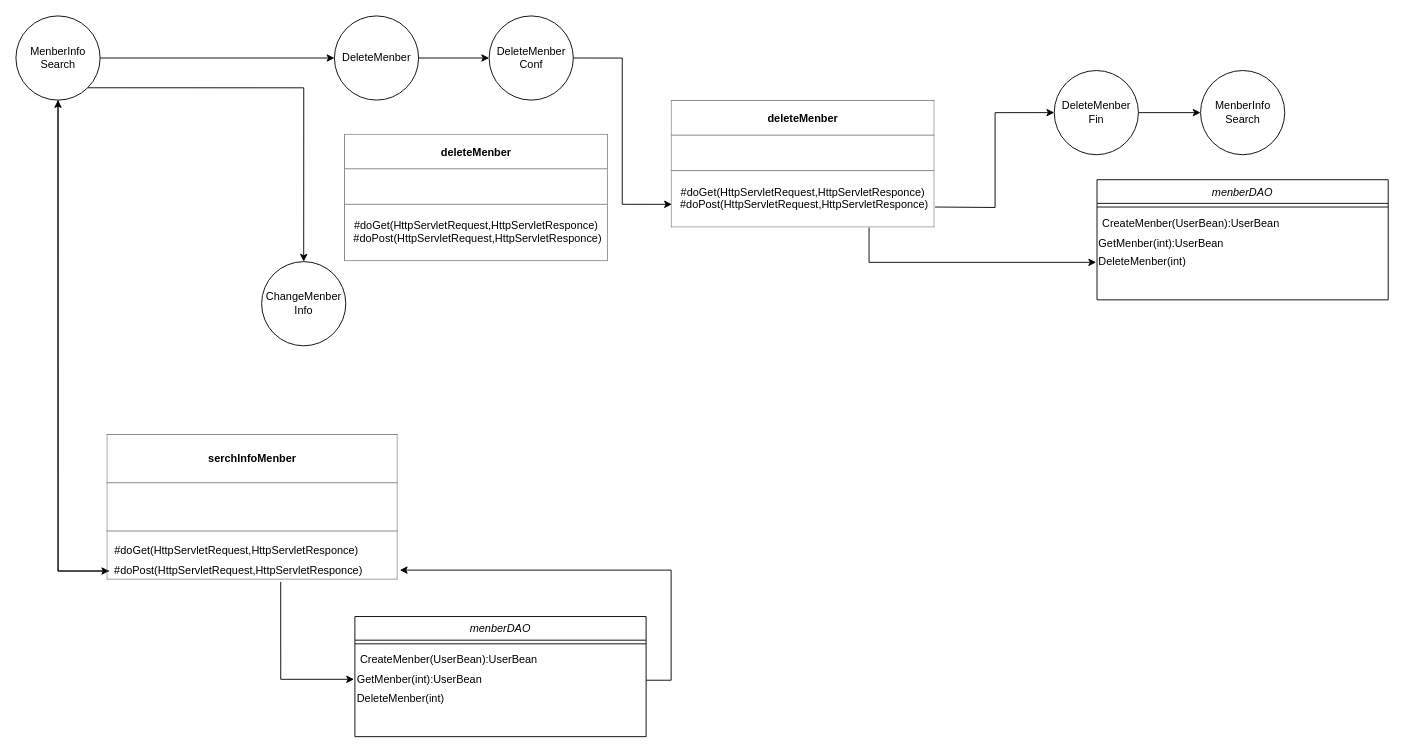
This is page "MenberInfoSearch" (4 of 4) of path/内部設計/クラス図.drawio from 2022java42-student004/Library, a draw.io file, before an edit. Source tidied: cells renumbered, new cells numbered last; positions are measured from the earlier drawing's top-left corner, leaving out a move shared by most shapes. Both pictures are drawn from the tidied source at 91%, with x=0, y=0 at pixel (15, 15).
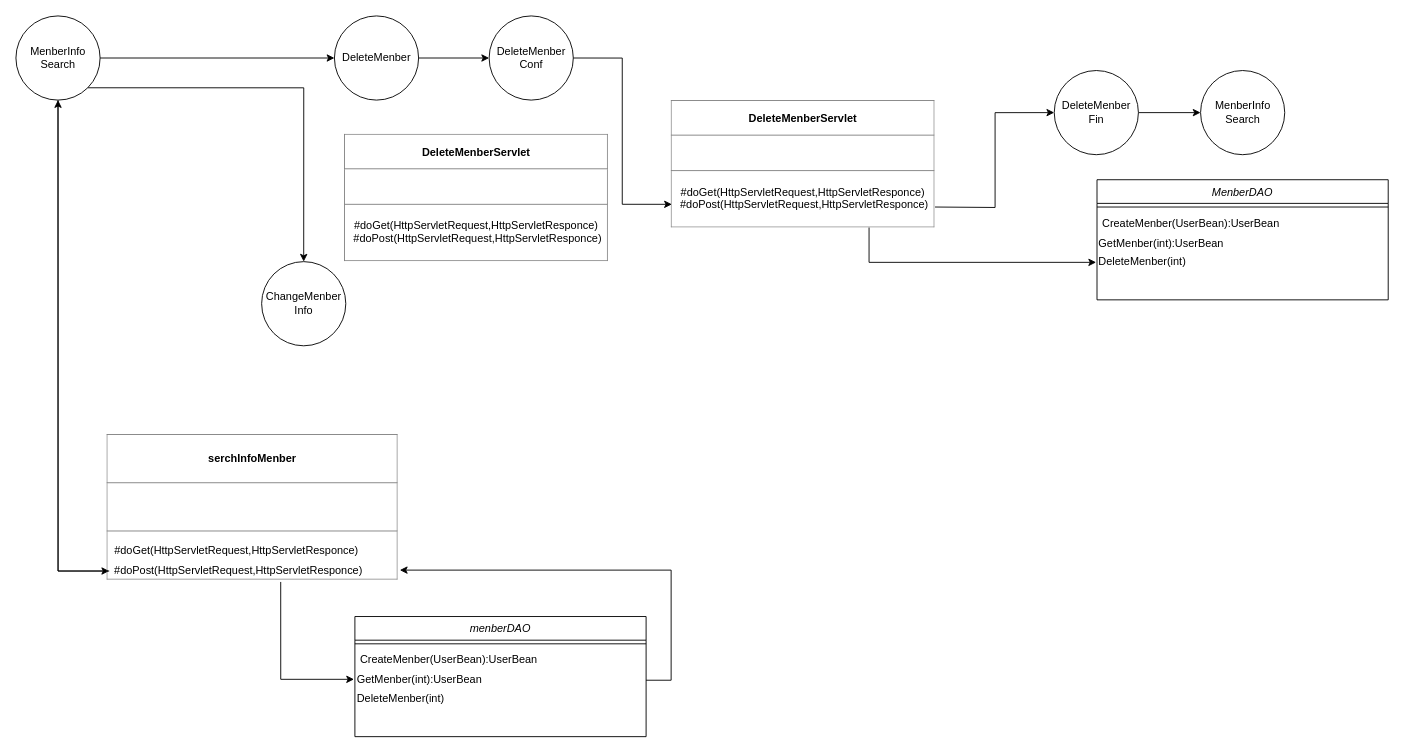
Above is the later version.

Diff of the diagram source:
```diff
@@
-    <mxCell id="16" value="&lt;table border=&quot;1&quot; width=&quot;100%&quot; height=&quot;100%&quot; cellpadding=&quot;4&quot; style=&quot;width:100%;height:100%;border-collapse:collapse;&quot;&gt;&lt;tbody&gt;&lt;tr&gt;&lt;th align=&quot;center&quot;&gt;deleteMenber&lt;/th&gt;&lt;/tr&gt;&lt;tr&gt;&lt;td align=&quot;center&quot;&gt;&lt;br&gt;&lt;/td&gt;&lt;/tr&gt;&lt;tr&gt;&lt;td align=&quot;center&quot;&gt;#doGet(HttpServletRequest,HttpServletResponce)&lt;br&gt;&amp;nbsp;#doPost(HttpServletRequest,HttpServletResponce)&lt;br&gt;&lt;/td&gt;&lt;/tr&gt;&lt;/tbody&gt;&lt;/table&gt;" style="text;html=1;strokeColor=none;fillColor=none;overflow=fill;" parent="1" vertex="1">
+    <mxCell id="16" value="&lt;table border=&quot;1&quot; width=&quot;100%&quot; height=&quot;100%&quot; cellpadding=&quot;4&quot; style=&quot;width:100%;height:100%;border-collapse:collapse;&quot;&gt;&lt;tbody&gt;&lt;tr&gt;&lt;th align=&quot;center&quot;&gt;DeleteMenberServlet&lt;/th&gt;&lt;/tr&gt;&lt;tr&gt;&lt;td align=&quot;center&quot;&gt;&lt;br&gt;&lt;/td&gt;&lt;/tr&gt;&lt;tr&gt;&lt;td align=&quot;center&quot;&gt;#doGet(HttpServletRequest,HttpServletResponce)&lt;br&gt;&amp;nbsp;#doPost(HttpServletRequest,HttpServletResponce)&lt;br&gt;&lt;/td&gt;&lt;/tr&gt;&lt;/tbody&gt;&lt;/table&gt;" style="text;html=1;strokeColor=none;fillColor=none;overflow=fill;" parent="1" vertex="1">
       <mxGeometry x="720" y="92.5" width="290" height="140" as="geometry" />
     </mxCell>
@@
-    <mxCell id="19" value="&lt;table border=&quot;1&quot; width=&quot;100%&quot; height=&quot;100%&quot; cellpadding=&quot;4&quot; style=&quot;width:100%;height:100%;border-collapse:collapse;&quot;&gt;&lt;tbody&gt;&lt;tr&gt;&lt;th align=&quot;center&quot;&gt;deleteMenber&lt;/th&gt;&lt;/tr&gt;&lt;tr&gt;&lt;td align=&quot;center&quot;&gt;&lt;br&gt;&lt;/td&gt;&lt;/tr&gt;&lt;tr&gt;&lt;td align=&quot;center&quot;&gt;#doGet(HttpServletRequest,HttpServletResponce)&lt;br&gt;&amp;nbsp;#doPost(HttpServletRequest,HttpServletResponce)&lt;br&gt;&lt;/td&gt;&lt;/tr&gt;&lt;/tbody&gt;&lt;/table&gt;" style="text;html=1;strokeColor=none;fillColor=none;overflow=fill;" parent="1" vertex="1">
+    <mxCell id="19" value="&lt;table border=&quot;1&quot; width=&quot;100%&quot; height=&quot;100%&quot; cellpadding=&quot;4&quot; style=&quot;width:100%;height:100%;border-collapse:collapse;&quot;&gt;&lt;tbody&gt;&lt;tr&gt;&lt;th align=&quot;center&quot;&gt;DeleteMenberServlet&lt;/th&gt;&lt;/tr&gt;&lt;tr&gt;&lt;td align=&quot;center&quot;&gt;&lt;br&gt;&lt;/td&gt;&lt;/tr&gt;&lt;tr&gt;&lt;td align=&quot;center&quot;&gt;#doGet(HttpServletRequest,HttpServletResponce)&lt;br&gt;&amp;nbsp;#doPost(HttpServletRequest,HttpServletResponce)&lt;br&gt;&lt;/td&gt;&lt;/tr&gt;&lt;/tbody&gt;&lt;/table&gt;" style="text;html=1;strokeColor=none;fillColor=none;overflow=fill;" parent="1" vertex="1">
       <mxGeometry x="361" y="130" width="290" height="140" as="geometry" />
     </mxCell>
@@
-    <mxCell id="22" value="menberDAO" style="swimlane;fontStyle=2;align=center;verticalAlign=top;horizontal=1;startSize=26;rounded=0;shadow=0;strokeWidth=1;" parent="1" vertex="1">
+    <mxCell id="22" value="MenberDAO" style="swimlane;fontStyle=2;align=center;verticalAlign=top;horizontal=1;startSize=26;rounded=0;shadow=0;strokeWidth=1;" parent="1" vertex="1">
       <mxGeometry x="1188" y="180" width="320" height="132" as="geometry" />
     </mxCell>
```
